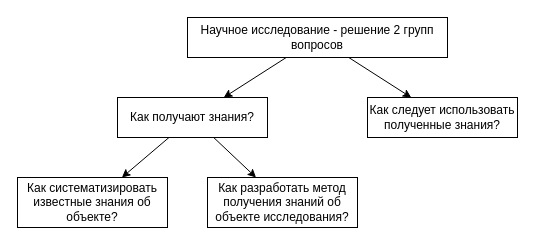
Earlier version of the draw.io diagram page "Исследование" (3 of 6) of Основы системного анализа/lab1/Диаграммы.drawio (kuskas112/Labs). Source tidied: cells renumbered, new cells numbered last; positions are measured from the earlier drawing's top-left corner, leaving out a move shared by most shapes. Both pictures are drawn from the tidied source at 100%, with x=0, y=0 at pixel (17, 17).
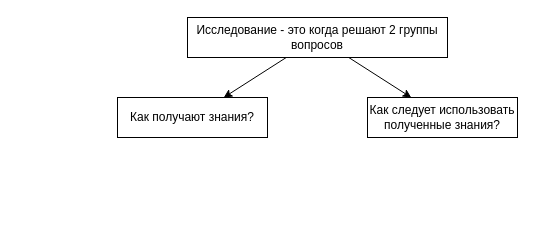
After the change.

Change to the diagram source:
```diff
@@
 <mxGraphModel>
   <root>
     <mxCell id="0" />
     <mxCell id="1" parent="0" />
     <mxCell id="2" style="rounded=0;jettySize=auto;html=1;" parent="1" edge="1" source="4" target="7">
       <mxGeometry relative="1" as="geometry" />
     </mxCell>
     <mxCell id="3" style="edgeStyle=none;rounded=0;jettySize=auto;html=1;strokeColor=default;align=center;verticalAlign=middle;fontFamily=Helvetica;fontSize=11;fontColor=default;labelBackgroundColor=default;endArrow=classic;" parent="1" edge="1" source="4" target="8">
       <mxGeometry relative="1" as="geometry" />
     </mxCell>
-    <mxCell id="4" value="Научное исследование - решение 2 групп вопросов" style="rounded=0;whiteSpace=wrap;html=1;" parent="1" vertex="1">
+    <mxCell id="4" value="Исследование - это когда решают 2 группы вопросов" style="rounded=0;whiteSpace=wrap;html=1;" parent="1" vertex="1">
       <mxGeometry x="170" width="260" height="40" as="geometry" />
     </mxCell>
-    <mxCell id="5" style="edgeStyle=none;rounded=0;jettySize=auto;html=1;strokeColor=default;align=center;verticalAlign=middle;fontFamily=Helvetica;fontSize=11;fontColor=default;labelBackgroundColor=default;endArrow=classic;" parent="1" edge="1" source="7" target="9">
-      <mxGeometry relative="1" as="geometry" />
-    </mxCell>
-    <mxCell id="6" style="edgeStyle=none;rounded=0;jettySize=auto;html=1;strokeColor=default;align=center;verticalAlign=middle;fontFamily=Helvetica;fontSize=11;fontColor=default;labelBackgroundColor=default;endArrow=classic;" parent="1" edge="1" source="7" target="10">
-      <mxGeometry relative="1" as="geometry" />
-    </mxCell>
     <mxCell id="7" value="Как получают знания?" style="rounded=0;whiteSpace=wrap;html=1;" parent="1" vertex="1">
       <mxGeometry x="100" y="80" width="150" height="40" as="geometry" />
     </mxCell>
     <mxCell id="8" value="Как следует использовать полученные знания?" style="rounded=0;whiteSpace=wrap;html=1;" parent="1" vertex="1">
       <mxGeometry x="350" y="80" width="150" height="40" as="geometry" />
     </mxCell>
-    <mxCell id="9" value="Как систематизировать известные знания об объекте?" style="rounded=0;whiteSpace=wrap;html=1;" parent="1" vertex="1">
-      <mxGeometry y="160" width="150" height="50" as="geometry" />
-    </mxCell>
-    <mxCell id="10" value="Как разработать метод получения знаний об объекте исследования?" style="rounded=0;whiteSpace=wrap;html=1;" parent="1" vertex="1">
-      <mxGeometry x="190" y="160" width="150" height="50" as="geometry" />
-    </mxCell>
   </root>
 </mxGraphModel>
```
